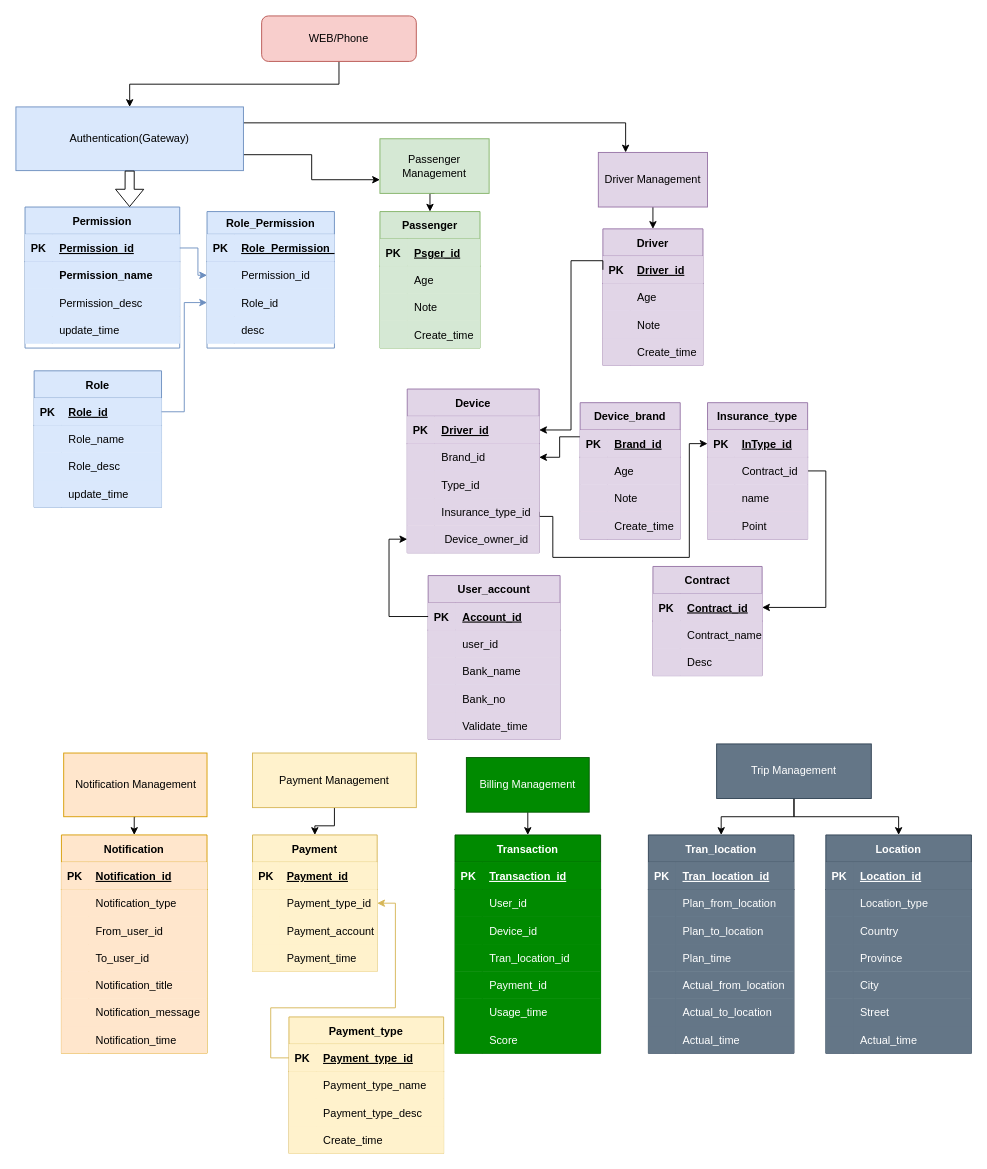
Above: DD_DB Arch view.drawio in JackZhao2517/drawio_folder (draw.io), before the change. Source tidied: cells renumbered, new cells numbered last; positions are measured from the earlier drawing's top-left corner, leaving out a move shared by most shapes. Both pictures are drawn from the tidied source at 91%, with x=0, y=0 at pixel (15, 15).
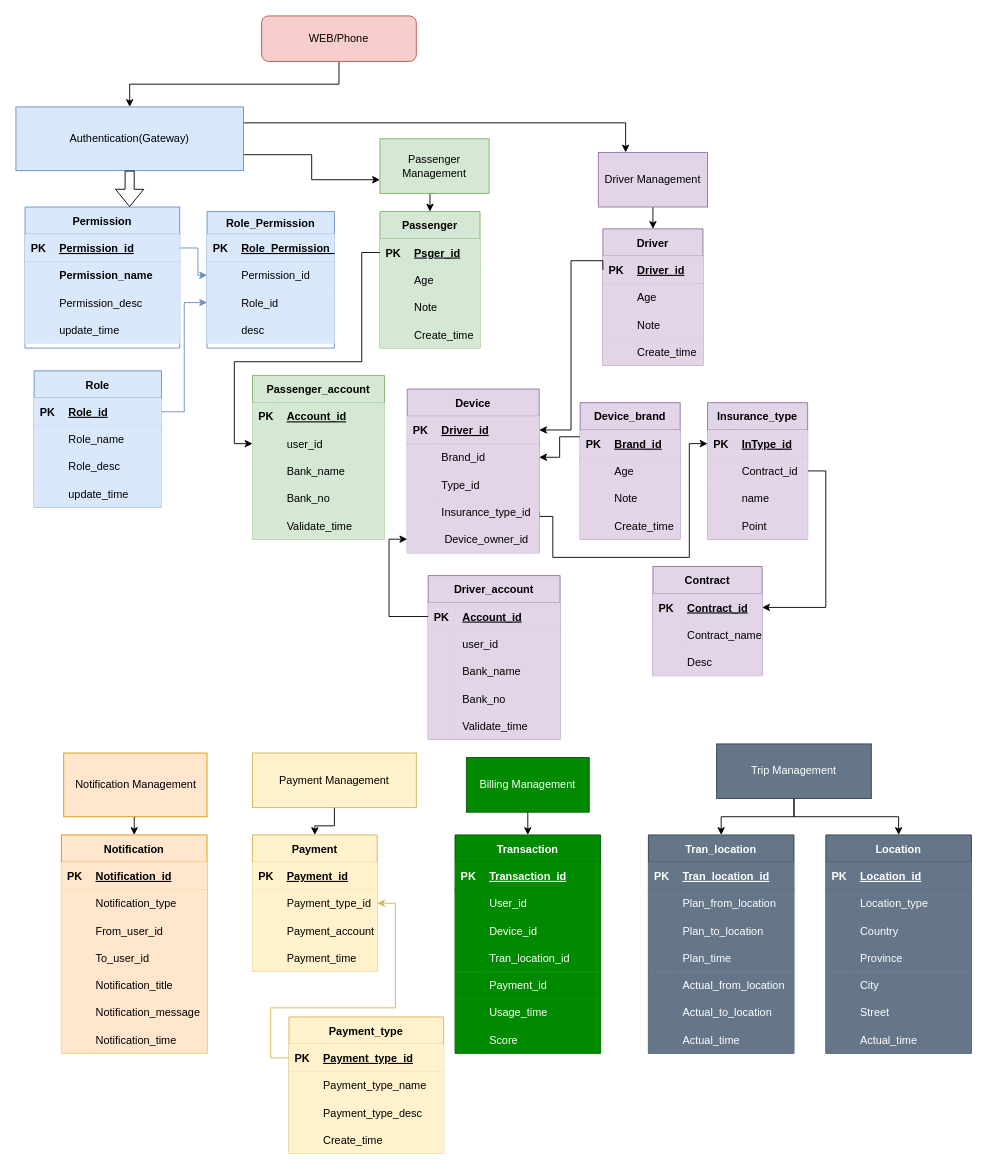
The same page after the edit.

The change refers to these unchanged cells:
```xml
<mxCell id="49" style="shape=partialRectangle;fillColor=#d5e8d4;top=0;left=0;bottom=1;right=0;points=[[0,0.5],[1,0.5]];portConstraint=eastwest;strokeColor=#82b366;" parent="48" vertex="1">
  <mxGeometry y="30" width="110" height="30" as="geometry" />
</mxCell>
```

Change to the diagram source:
```diff
@@
-    <mxCell id="135" value="User_account" style="shape=table;startSize=30;childLayout=tableLayout;rowLines=0;fontStyle=1;align=center;fillColor=#e1d5e7;strokeColor=#9673a6;" parent="1" vertex="1">
+    <mxCell id="135" value="Driver_account" style="shape=table;startSize=30;childLayout=tableLayout;rowLines=0;fontStyle=1;align=center;fillColor=#e1d5e7;strokeColor=#9673a6;" parent="1" vertex="1">
       <mxGeometry x="453" y="615" width="145" height="180" as="geometry" />
     </mxCell>
@@
+    <mxCell id="276" value="Passenger_account" style="shape=table;startSize=30;childLayout=tableLayout;rowLines=0;fontStyle=1;align=center;fillColor=#d5e8d4;strokeColor=#82b366;" parent="1" vertex="1">
+      <mxGeometry x="260" y="395" width="145" height="180" as="geometry" />
+    </mxCell>
+    <mxCell id="277" style="shape=partialRectangle;fillColor=#d5e8d4;top=0;left=0;bottom=1;right=0;strokeColor=#82b366;" parent="276" vertex="1">
+      <mxGeometry y="30" width="145" height="30" as="geometry" />
+    </mxCell>
+    <mxCell id="278" value="PK" style="shape=partialRectangle;fillColor=#d5e8d4;top=0;left=0;bottom=0;right=0;fontStyle=1;overflow=hidden;strokeColor=#82b366;" parent="277" vertex="1">
+      <mxGeometry width="30" height="30" as="geometry" />
+    </mxCell>
+    <mxCell id="279" value="Account_id" style="shape=partialRectangle;fillColor=#d5e8d4;top=0;left=0;bottom=0;right=0;align=left;spacingLeft=6;fontStyle=5;overflow=hidden;strokeColor=#82b366;" parent="277" vertex="1">
+      <mxGeometry x="30" width="115" height="30" as="geometry" />
+    </mxCell>
+    <mxCell id="280" style="shape=partialRectangle;fillColor=#d5e8d4;top=0;left=0;bottom=0;right=0;points=[[0,0.5],[1,0.5]];portConstraint=eastwest;strokeColor=#82b366;" parent="276" vertex="1">
+      <mxGeometry y="60" width="145" height="30" as="geometry" />
+    </mxCell>
+    <mxCell id="281" style="shape=partialRectangle;fillColor=#d5e8d4;top=0;left=0;bottom=0;right=0;overflow=hidden;strokeColor=#82b366;" parent="280" vertex="1">
+      <mxGeometry width="30" height="30" as="geometry" />
+    </mxCell>
+    <mxCell id="282" value="user_id" style="shape=partialRectangle;fillColor=#d5e8d4;top=0;left=0;bottom=0;right=0;align=left;spacingLeft=6;overflow=hidden;strokeColor=#82b366;" parent="280" vertex="1">
+      <mxGeometry x="30" width="115" height="30" as="geometry" />
+    </mxCell>
+    <mxCell id="283" style="shape=partialRectangle;fillColor=#d5e8d4;top=0;left=0;bottom=0;right=0;strokeColor=#82b366;" parent="276" vertex="1">
+      <mxGeometry y="90" width="145" height="30" as="geometry" />
+    </mxCell>
+    <mxCell id="284" style="shape=partialRectangle;fillColor=#d5e8d4;top=0;left=0;bottom=0;right=0;overflow=hidden;strokeColor=#82b366;" parent="283" vertex="1">
+      <mxGeometry width="30" height="30" as="geometry" />
+    </mxCell>
+    <mxCell id="285" value="Bank_name" style="shape=partialRectangle;fillColor=#d5e8d4;top=0;left=0;bottom=0;right=0;align=left;spacingLeft=6;overflow=hidden;strokeColor=#82b366;" parent="283" vertex="1">
+      <mxGeometry x="30" width="115" height="30" as="geometry" />
+    </mxCell>
+    <mxCell id="286" style="shape=partialRectangle;fillColor=#d5e8d4;top=0;left=0;bottom=0;right=0;strokeColor=#82b366;" parent="276" vertex="1">
+      <mxGeometry y="120" width="145" height="30" as="geometry" />
+    </mxCell>
+    <mxCell id="287" style="shape=partialRectangle;fillColor=#d5e8d4;top=0;left=0;bottom=0;right=0;overflow=hidden;strokeColor=#82b366;" parent="286" vertex="1">
+      <mxGeometry width="30" height="30" as="geometry" />
+    </mxCell>
+    <mxCell id="288" value="Bank_no" style="shape=partialRectangle;fillColor=#d5e8d4;top=0;left=0;bottom=0;right=0;align=left;spacingLeft=6;overflow=hidden;strokeColor=#82b366;" parent="286" vertex="1">
+      <mxGeometry x="30" width="115" height="30" as="geometry" />
+    </mxCell>
+    <mxCell id="289" style="shape=partialRectangle;fillColor=#d5e8d4;top=0;left=0;bottom=0;right=0;strokeColor=#82b366;" parent="276" vertex="1">
+      <mxGeometry y="150" width="145" height="30" as="geometry" />
+    </mxCell>
+    <mxCell id="290" style="shape=partialRectangle;fillColor=#d5e8d4;top=0;left=0;bottom=0;right=0;overflow=hidden;strokeColor=#82b366;" parent="289" vertex="1">
+      <mxGeometry width="30" height="30" as="geometry" />
+    </mxCell>
+    <mxCell id="291" value="Validate_time" style="shape=partialRectangle;fillColor=#d5e8d4;top=0;left=0;bottom=0;right=0;align=left;spacingLeft=6;overflow=hidden;strokeColor=#82b366;" parent="289" vertex="1">
+      <mxGeometry x="30" width="115" height="30" as="geometry" />
+    </mxCell>
+    <mxCell id="292" style="edgeStyle=orthogonalEdgeStyle;rounded=0;jettySize=auto;html=1;exitX=0;exitY=0.5;exitDx=0;exitDy=0;entryX=0;entryY=0.5;entryDx=0;entryDy=0;" parent="1" edge="1" source="49" target="280">
+      <mxGeometry relative="1" as="geometry">
+        <Array as="points">
+          <mxPoint x="380" y="260" />
+          <mxPoint x="380" y="380" />
+          <mxPoint x="240" y="380" />
+          <mxPoint x="240" y="470" />
+        </Array>
+      </mxGeometry>
+    </mxCell>
```
